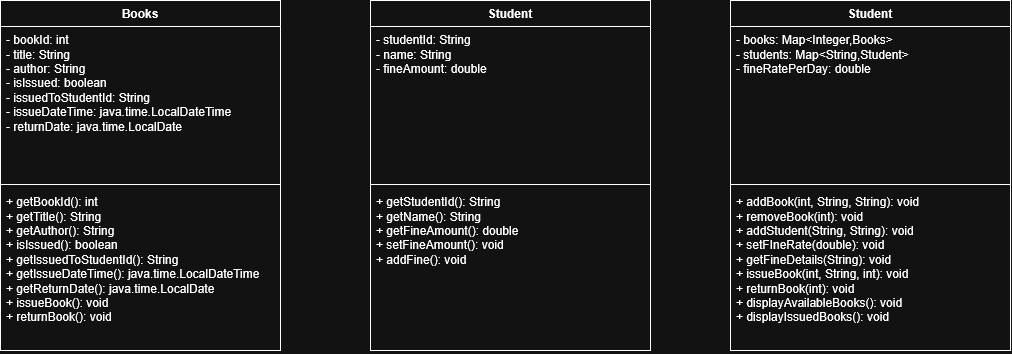
This is lms (CLI)/LMS(CLI).UML.png from UE19/projectwork_lms-01, a draw.io export, as it was before one commit. Source tidied: cells renumbered, new cells last; positions are measured from the earlier drawing's top-left corner, leaving out a move shared by most shapes. Source of this version:
```xml
<mxGraphModel>
  <root>
    <mxCell id="0" />
    <mxCell id="1" parent="0" />
    <mxCell id="2" value="Books" style="swimlane;fontStyle=1;align=center;verticalAlign=top;horizontal=1;startSize=26;whiteSpace=wrap;html=1;" parent="1" vertex="1">
      <mxGeometry width="280" height="350" as="geometry" />
    </mxCell>
    <mxCell id="3" value="&lt;div&gt;- bookId: int&lt;br&gt;- title: String&lt;br&gt;- author: String&lt;br&gt;- isIssued: boolean&lt;br&gt;- issuedToStudentId: String&lt;br&gt;- issueDateTime: java.time.LocalDateTime&lt;br&gt;- returnDate: java.time.LocalDate&lt;/div&gt;" style="text;strokeColor=none;fillColor=none;align=left;verticalAlign=top;spacingLeft=4;spacingRight=4;overflow=hidden;whiteSpace=wrap;html=1;" parent="2" vertex="1">
      <mxGeometry y="26" width="280" height="154" as="geometry" />
    </mxCell>
    <mxCell id="4" style="line;strokeWidth=1;fillColor=none;align=left;verticalAlign=middle;spacingTop=-1;spacingLeft=3;spacingRight=3;labelPosition=right;strokeColor=inherit;" parent="2" vertex="1">
      <mxGeometry y="180" width="280" height="8" as="geometry" />
    </mxCell>
    <mxCell id="5" value="+ getBookId(): int&lt;br&gt;+ getTitle(): String&lt;br&gt;+ getAuthor(): String&lt;br&gt;+ isIssued(): boolean&lt;br&gt;+ getIssuedToStudentId(): String&lt;br&gt;+ getIssueDateTime(): java.time.LocalDateTime&lt;br&gt;+ getReturnDate(): java.time.LocalDate&lt;br&gt;+ issueBook(): void&lt;br&gt;+ returnBook(): void&lt;div&gt;&lt;br/&gt;&lt;/div&gt;" style="text;strokeColor=none;fillColor=none;align=left;verticalAlign=top;spacingLeft=4;spacingRight=4;overflow=hidden;whiteSpace=wrap;html=1;" parent="2" vertex="1">
      <mxGeometry y="188" width="280" height="162" as="geometry" />
    </mxCell>
    <mxCell id="6" value="Student" style="swimlane;fontStyle=1;align=center;verticalAlign=top;horizontal=1;startSize=26;whiteSpace=wrap;html=1;" parent="1" vertex="1">
      <mxGeometry x="370" width="280" height="350" as="geometry" />
    </mxCell>
    <mxCell id="7" value="- studentId: String&lt;br&gt;- name: String&lt;br&gt;- fineAmount: double" style="text;strokeColor=none;fillColor=none;align=left;verticalAlign=top;spacingLeft=4;spacingRight=4;overflow=hidden;whiteSpace=wrap;html=1;" parent="6" vertex="1">
      <mxGeometry y="26" width="280" height="154" as="geometry" />
    </mxCell>
    <mxCell id="8" style="line;strokeWidth=1;fillColor=none;align=left;verticalAlign=middle;spacingTop=-1;spacingLeft=3;spacingRight=3;labelPosition=right;strokeColor=inherit;" parent="6" vertex="1">
      <mxGeometry y="180" width="280" height="8" as="geometry" />
    </mxCell>
    <mxCell id="9" value="+ getStudentId(): String&lt;br&gt;+ getName(): String&lt;br&gt;&lt;div&gt;+ getFineAmount(): double&lt;/div&gt;&lt;div&gt;+ setFineAmount(): void&lt;br&gt;+ addFine(): void&lt;/div&gt;" style="text;strokeColor=none;fillColor=none;align=left;verticalAlign=top;spacingLeft=4;spacingRight=4;overflow=hidden;whiteSpace=wrap;html=1;" parent="6" vertex="1">
      <mxGeometry y="188" width="280" height="162" as="geometry" />
    </mxCell>
    <mxCell id="10" value="Student" style="swimlane;fontStyle=1;align=center;verticalAlign=top;horizontal=1;startSize=26;whiteSpace=wrap;html=1;" parent="1" vertex="1">
      <mxGeometry x="730" width="280" height="350" as="geometry" />
    </mxCell>
    <mxCell id="11" value="&lt;div&gt;- books: Map&amp;lt;Integer,Books&amp;gt;&lt;/div&gt;&lt;div&gt;- students: Map&amp;lt;String,Student&amp;gt;&lt;/div&gt;&lt;div&gt;- fineRatePerDay: double&lt;/div&gt;" style="text;strokeColor=none;fillColor=none;align=left;verticalAlign=top;spacingLeft=4;spacingRight=4;overflow=hidden;whiteSpace=wrap;html=1;" parent="10" vertex="1">
      <mxGeometry y="26" width="280" height="154" as="geometry" />
    </mxCell>
    <mxCell id="12" style="line;strokeWidth=1;fillColor=none;align=left;verticalAlign=middle;spacingTop=-1;spacingLeft=3;spacingRight=3;labelPosition=right;strokeColor=inherit;" parent="10" vertex="1">
      <mxGeometry y="180" width="280" height="8" as="geometry" />
    </mxCell>
    <mxCell id="13" value="&lt;div&gt;+ addBook(int, String, String): void&lt;/div&gt;&lt;div&gt;+ removeBook(int): void&lt;br&gt;+ addStudent(String, String): void&lt;br&gt;+ setFIneRate(double): void&lt;br&gt;+ getFineDetails(String): void&lt;br&gt;+ issueBook(int, String, int): void&lt;br&gt;+ returnBook(int): void&lt;br&gt;+ displayAvailableBooks(): void&lt;br&gt;+ displayIssuedBooks(): void&lt;br&gt;&lt;br&gt;&lt;/div&gt;" style="text;strokeColor=none;fillColor=none;align=left;verticalAlign=top;spacingLeft=4;spacingRight=4;overflow=hidden;whiteSpace=wrap;html=1;" parent="10" vertex="1">
      <mxGeometry y="188" width="280" height="162" as="geometry" />
    </mxCell>
  </root>
</mxGraphModel>
```
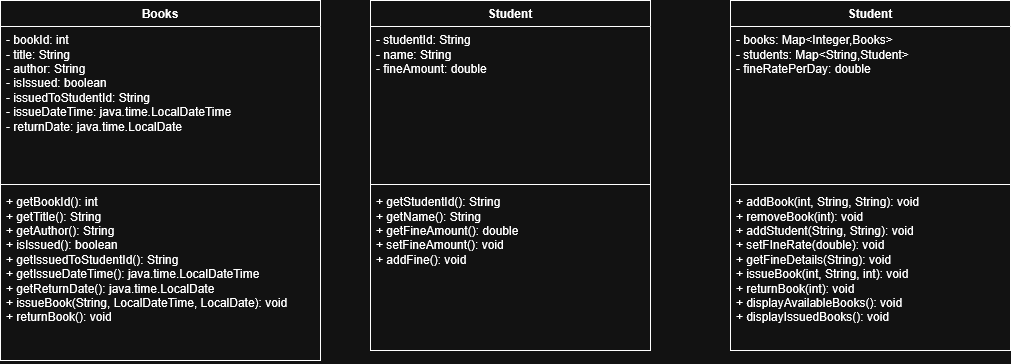
Above is the later version.

Commit message:
update UML (lms-cli)

Change to the diagram source:
```diff
@@ -3,16 +3,16 @@
     <mxCell id="0" />
     <mxCell id="1" parent="0" />
     <mxCell id="2" value="Books" style="swimlane;fontStyle=1;align=center;verticalAlign=top;horizontal=1;startSize=26;whiteSpace=wrap;html=1;" parent="1" vertex="1">
-      <mxGeometry width="280" height="350" as="geometry" />
+      <mxGeometry width="320" height="360" as="geometry" />
     </mxCell>
     <mxCell id="3" value="&lt;div&gt;- bookId: int&lt;br&gt;- title: String&lt;br&gt;- author: String&lt;br&gt;- isIssued: boolean&lt;br&gt;- issuedToStudentId: String&lt;br&gt;- issueDateTime: java.time.LocalDateTime&lt;br&gt;- returnDate: java.time.LocalDate&lt;/div&gt;" style="text;strokeColor=none;fillColor=none;align=left;verticalAlign=top;spacingLeft=4;spacingRight=4;overflow=hidden;whiteSpace=wrap;html=1;" parent="2" vertex="1">
-      <mxGeometry y="26" width="280" height="154" as="geometry" />
+      <mxGeometry y="26" width="320" height="154" as="geometry" />
     </mxCell>
     <mxCell id="4" style="line;strokeWidth=1;fillColor=none;align=left;verticalAlign=middle;spacingTop=-1;spacingLeft=3;spacingRight=3;labelPosition=right;strokeColor=inherit;" parent="2" vertex="1">
-      <mxGeometry y="180" width="280" height="8" as="geometry" />
+      <mxGeometry y="180" width="320" height="8" as="geometry" />
     </mxCell>
-    <mxCell id="5" value="+ getBookId(): int&lt;br&gt;+ getTitle(): String&lt;br&gt;+ getAuthor(): String&lt;br&gt;+ isIssued(): boolean&lt;br&gt;+ getIssuedToStudentId(): String&lt;br&gt;+ getIssueDateTime(): java.time.LocalDateTime&lt;br&gt;+ getReturnDate(): java.time.LocalDate&lt;br&gt;+ issueBook(): void&lt;br&gt;+ returnBook(): void&lt;div&gt;&lt;br/&gt;&lt;/div&gt;" style="text;strokeColor=none;fillColor=none;align=left;verticalAlign=top;spacingLeft=4;spacingRight=4;overflow=hidden;whiteSpace=wrap;html=1;" parent="2" vertex="1">
-      <mxGeometry y="188" width="280" height="162" as="geometry" />
+    <mxCell id="5" value="+ getBookId(): int&lt;br&gt;+ getTitle(): String&lt;br&gt;+ getAuthor(): String&lt;br&gt;+ isIssued(): boolean&lt;br&gt;+ getIssuedToStudentId(): String&lt;br&gt;+ getIssueDateTime(): java.time.LocalDateTime&lt;br&gt;+ getReturnDate(): java.time.LocalDate&lt;br&gt;+ issueBook(String, LocalDateTime, LocalDate): void&lt;br&gt;+ returnBook(): void&lt;div&gt;&lt;br&gt;&lt;/div&gt;" style="text;strokeColor=none;fillColor=none;align=left;verticalAlign=top;spacingLeft=4;spacingRight=4;overflow=hidden;whiteSpace=wrap;html=1;" parent="2" vertex="1">
+      <mxGeometry y="188" width="320" height="172" as="geometry" />
     </mxCell>
     <mxCell id="6" value="Student" style="swimlane;fontStyle=1;align=center;verticalAlign=top;horizontal=1;startSize=26;whiteSpace=wrap;html=1;" parent="1" vertex="1">
       <mxGeometry x="370" width="280" height="350" as="geometry" />
```
